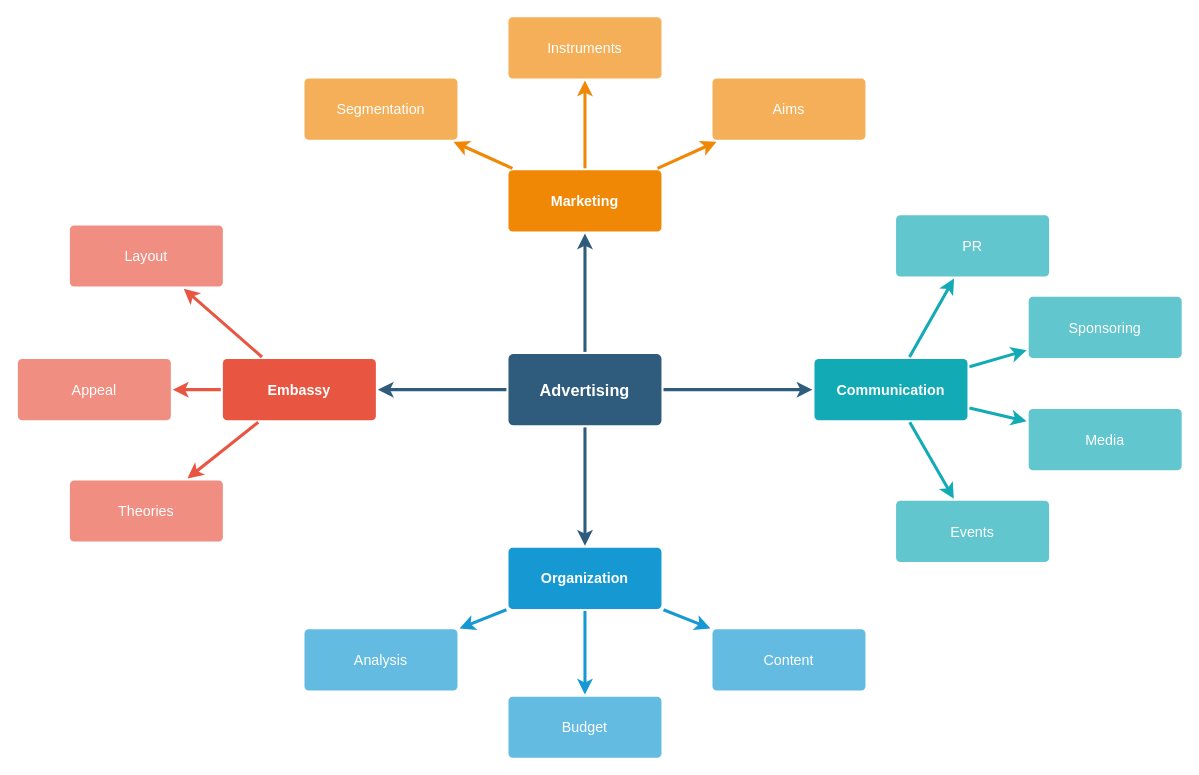
Above: JVM.drawio in ljz1315/doc (draw.io), before the change. Source tidied: cells renumbered, new cells numbered last; positions are measured from the earlier drawing's top-left corner, leaving out a move shared by most shapes. Both pictures are drawn from the tidied source at 102%, with x=0, y=0 at pixel (17, 16).
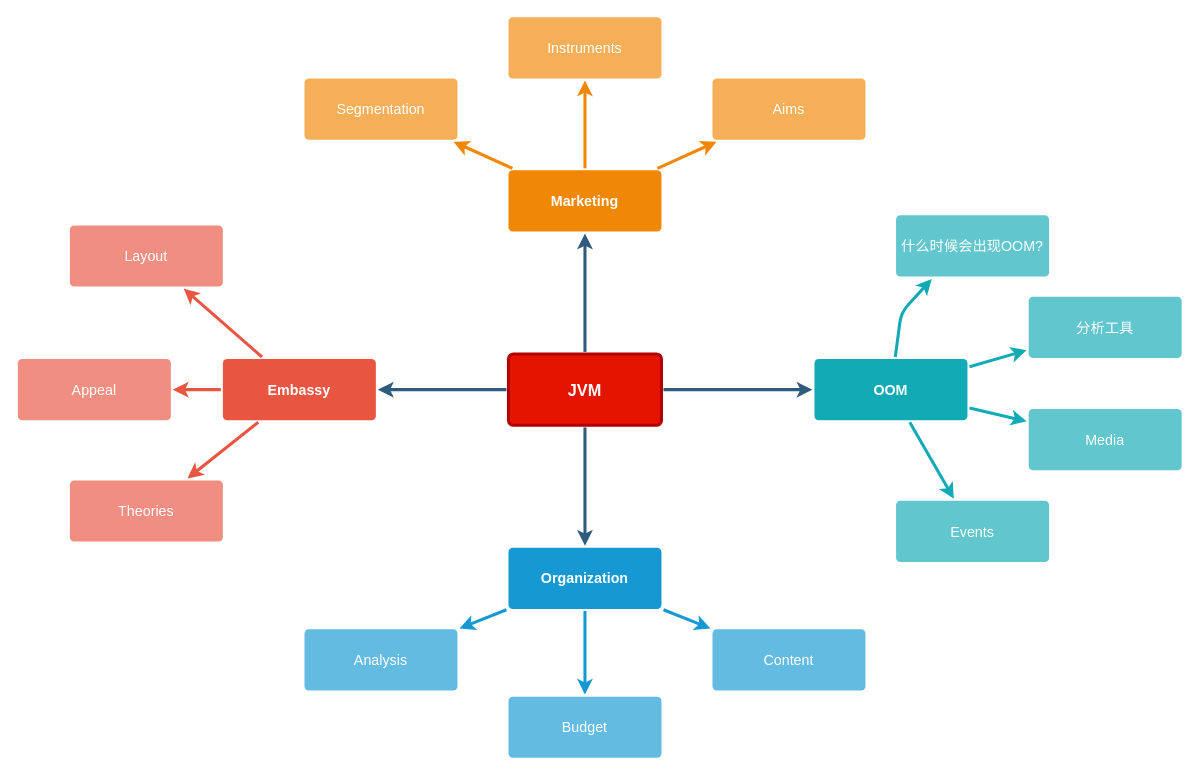
Above is the later version.

The edit, as a diff of the source:
```diff
@@
-    <mxCell id="6" value="Advertising" style="rounded=1;whiteSpace=wrap;html=1;shadow=0;labelBackgroundColor=none;strokeColor=none;strokeWidth=3;fillColor=#2F5B7C;fontFamily=Helvetica;fontSize=16;fontColor=#FFFFFF;align=center;fontStyle=1;spacing=5;arcSize=7;perimeterSpacing=2;" parent="1" vertex="1">
+    <mxCell id="6" value="JVM" style="rounded=1;whiteSpace=wrap;html=1;shadow=0;labelBackgroundColor=none;strokeColor=#B20000;strokeWidth=3;fillColor=#e51400;fontFamily=Helvetica;fontSize=16;fontColor=#ffffff;align=center;fontStyle=1;spacing=5;arcSize=7;perimeterSpacing=2;" parent="1" vertex="1">
       <mxGeometry x="481" y="330.5" width="150" height="70" as="geometry" />
     </mxCell>
@@
-    <mxCell id="28" value="Communication" style="rounded=1;whiteSpace=wrap;html=1;shadow=0;labelBackgroundColor=none;strokeColor=none;strokeWidth=3;fillColor=#12aab5;fontFamily=Helvetica;fontSize=14;fontColor=#FFFFFF;align=center;spacing=5;fontStyle=1;arcSize=7;perimeterSpacing=2;" parent="1" vertex="1">
+    <mxCell id="28" value="OOM" style="rounded=1;whiteSpace=wrap;html=1;shadow=0;labelBackgroundColor=none;strokeColor=none;strokeWidth=3;fillColor=#12aab5;fontFamily=Helvetica;fontSize=14;fontColor=#FFFFFF;align=center;spacing=5;fontStyle=1;arcSize=7;perimeterSpacing=2;" parent="1" vertex="1">
       <mxGeometry x="781" y="335.5" width="150" height="60" as="geometry" />
     </mxCell>
@@
-    <mxCell id="33" value="Sponsoring" style="rounded=1;whiteSpace=wrap;html=1;shadow=0;labelBackgroundColor=none;strokeColor=none;strokeWidth=3;fillColor=#61c6ce;fontFamily=Helvetica;fontSize=14;fontColor=#FFFFFF;align=center;spacing=5;fontStyle=0;arcSize=7;perimeterSpacing=2;" parent="1" vertex="1">
+    <mxCell id="33" value="分析工具" style="rounded=1;whiteSpace=wrap;html=1;shadow=0;labelBackgroundColor=none;strokeColor=none;strokeWidth=3;fillColor=#61c6ce;fontFamily=Helvetica;fontSize=14;fontColor=#FFFFFF;align=center;spacing=5;fontStyle=0;arcSize=7;perimeterSpacing=2;" parent="1" vertex="1">
       <mxGeometry x="991" y="274.5" width="150" height="60" as="geometry" />
     </mxCell>
@@
-    <mxCell id="35" value="PR" style="rounded=1;whiteSpace=wrap;html=1;shadow=0;labelBackgroundColor=none;strokeColor=none;strokeWidth=3;fillColor=#61c6ce;fontFamily=Helvetica;fontSize=14;fontColor=#FFFFFF;align=center;spacing=5;fontStyle=0;arcSize=7;perimeterSpacing=2;" parent="1" vertex="1">
+    <mxCell id="35" value="什么时候会出现OOM?" style="rounded=1;whiteSpace=wrap;html=1;shadow=0;labelBackgroundColor=none;strokeColor=none;strokeWidth=3;fillColor=#61c6ce;fontFamily=Helvetica;fontSize=14;fontColor=#FFFFFF;align=center;spacing=5;fontStyle=0;arcSize=7;perimeterSpacing=2;" parent="1" vertex="1">
       <mxGeometry x="861" y="194.5" width="150" height="60" as="geometry" />
     </mxCell>
     <mxCell id="36" style="edgeStyle=none;rounded=1;jumpStyle=none;html=1;shadow=0;labelBackgroundColor=none;startArrow=none;startFill=0;jettySize=auto;strokeColor=#12AAB5;strokeWidth=3;fontFamily=Helvetica;fontSize=14;fontColor=#FFFFFF;spacing=5;fontStyle=1;fillColor=#b0e3e6;" parent="1" edge="1" source="28" target="35">
-      <mxGeometry relative="1" as="geometry" />
+      <mxGeometry relative="1" as="geometry">
+        <Array as="points">
+          <mxPoint x="866" y="290" />
+          <mxPoint x="896" y="257" />
+        </Array>
+      </mxGeometry>
     </mxCell>
```
